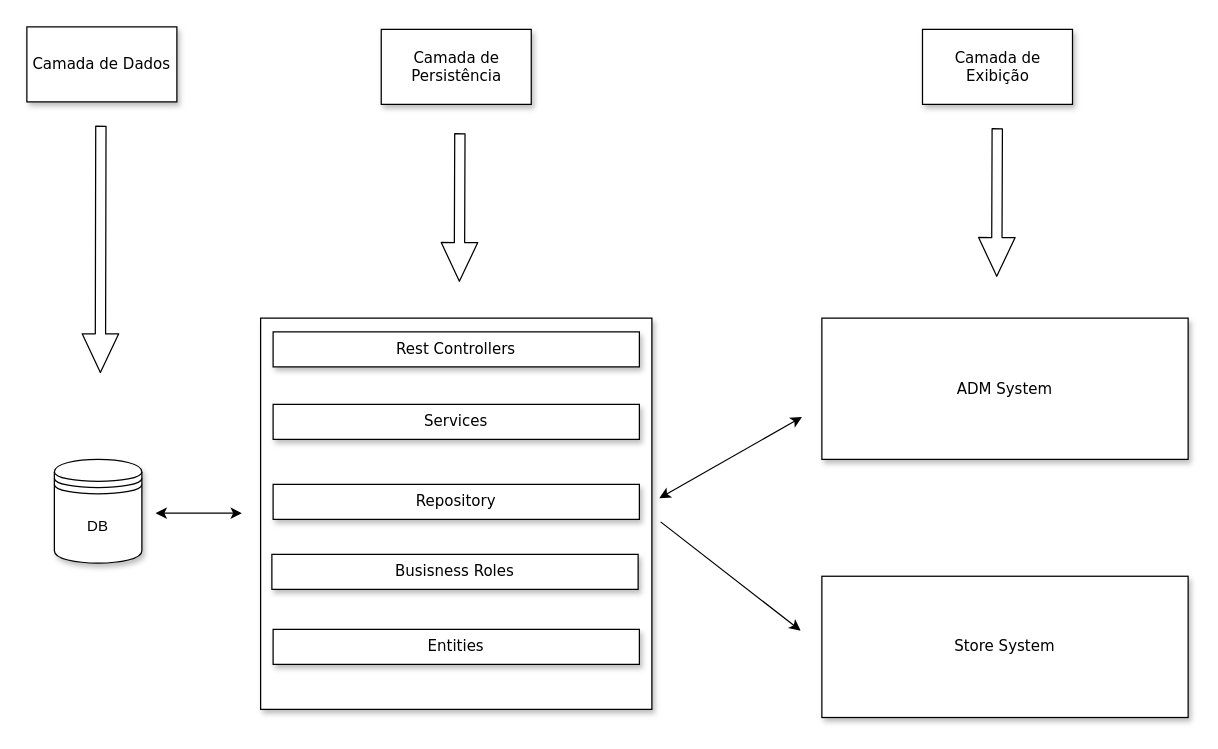
This is arquitetura e projeto/arquitetura/diagrama de camadas.drawio.xml from Leozin89python/store-engine-project, a draw.io file, before an edit. Source tidied: cells renumbered, new cells numbered last; positions are measured from the earlier drawing's top-left corner, leaving out a move shared by most shapes. Both pictures are drawn from the tidied source at 125%, with x=0, y=0 at pixel (26, 26).
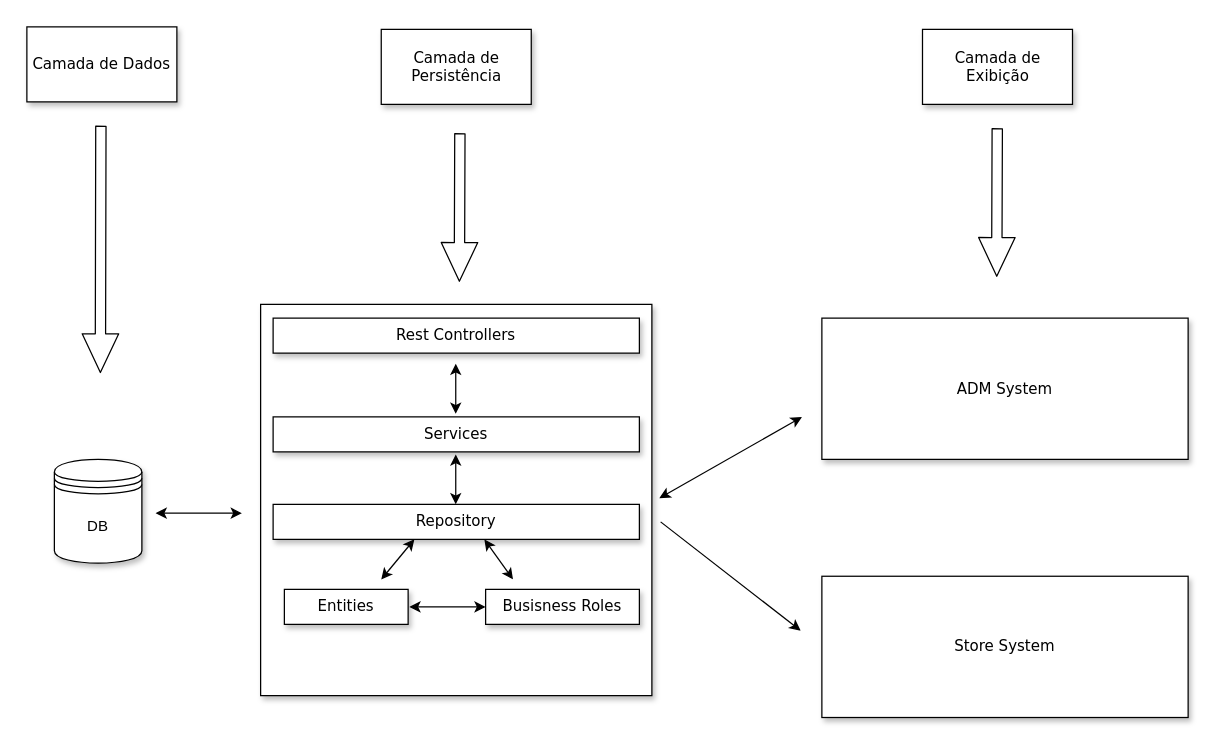
The same diagram, later.

Change to the diagram source:
```diff
@@
     <mxCell id="3" style="whiteSpace=wrap;html=1;shadow=1;fillColor=#ffffff;gradientColor=#ffffff;fontFamily=Verdana;fontStyle=2;" parent="1" vertex="1">
-      <mxGeometry x="187" y="233" width="313" height="313" as="geometry" />
+      <mxGeometry x="187" y="222" width="313" height="313" as="geometry" />
     </mxCell>
@@
     <mxCell id="5" value="Rest Controllers " style="rounded=0;whiteSpace=wrap;html=1;shadow=1;fontFamily=Verdana;fillColor=#ffffff;gradientColor=#ffffff;" parent="1" vertex="1">
-      <mxGeometry x="197" y="244" width="293" height="28" as="geometry" />
+      <mxGeometry x="197" y="233" width="293" height="28" as="geometry" />
     </mxCell>
@@
     <mxCell id="16" value="Services" style="rounded=0;whiteSpace=wrap;html=1;shadow=1;fontFamily=Verdana;fillColor=#ffffff;gradientColor=#ffffff;" parent="1" vertex="1">
-      <mxGeometry x="197" y="302" width="293" height="28" as="geometry" />
+      <mxGeometry x="197" y="312" width="293" height="28" as="geometry" />
     </mxCell>
     <mxCell id="17" value="Repository" style="rounded=0;whiteSpace=wrap;html=1;shadow=1;fontFamily=Verdana;fillColor=#ffffff;gradientColor=#ffffff;" parent="1" vertex="1">
-      <mxGeometry x="197" y="366" width="293" height="28" as="geometry" />
+      <mxGeometry x="197" y="382" width="293" height="28" as="geometry" />
     </mxCell>
     <mxCell id="18" value="Busisness Roles" style="rounded=0;whiteSpace=wrap;html=1;shadow=1;fontFamily=Verdana;fillColor=#ffffff;gradientColor=#ffffff;" parent="1" vertex="1">
-      <mxGeometry x="196" y="422" width="293" height="28" as="geometry" />
+      <mxGeometry x="367" y="450" width="123" height="28" as="geometry" />
     </mxCell>
     <mxCell id="19" value="Entities" style="rounded=0;whiteSpace=wrap;html=1;shadow=1;fontFamily=Verdana;fillColor=#ffffff;gradientColor=#ffffff;" parent="1" vertex="1">
-      <mxGeometry x="197" y="482" width="293" height="28" as="geometry" />
+      <mxGeometry x="206" y="450" width="99" height="28" as="geometry" />
     </mxCell>
+    <mxCell id="20" style="endArrow=classic;startArrow=classic;html=1;" parent="1" edge="1">
+      <mxGeometry relative="1" as="geometry">
+        <mxPoint x="343.1" y="382" as="sourcePoint" />
+        <mxPoint x="343.1" y="342" as="targetPoint" />
+      </mxGeometry>
+    </mxCell>
+    <mxCell id="21" style="endArrow=classic;startArrow=classic;html=1;" parent="1" edge="1">
+      <mxGeometry relative="1" as="geometry">
+        <mxPoint x="343.1" y="309.5" as="sourcePoint" />
+        <mxPoint x="343.1" y="269.5" as="targetPoint" />
+      </mxGeometry>
+    </mxCell>
+    <mxCell id="22" style="endArrow=classic;startArrow=classic;html=1;" parent="1" edge="1">
+      <mxGeometry relative="1" as="geometry">
+        <mxPoint x="388.9" y="442" as="sourcePoint" />
+        <mxPoint x="366" y="410" as="targetPoint" />
+      </mxGeometry>
+    </mxCell>
+    <mxCell id="23" style="endArrow=classic;startArrow=classic;html=1;exitX=0.572;exitY=0.703;exitDx=0;exitDy=0;exitPerimeter=0;" parent="1" edge="1">
+      <mxGeometry relative="1" as="geometry">
+        <mxPoint x="310" y="410" as="sourcePoint" />
+        <mxPoint x="283.5" y="442" as="targetPoint" />
+      </mxGeometry>
+    </mxCell>
+    <mxCell id="24" style="endArrow=classic;startArrow=classic;html=1;fontFamily=Verdana;entryX=0;entryY=0.5;entryDx=0;entryDy=0;" parent="1" edge="1" target="18">
+      <mxGeometry relative="1" as="geometry">
+        <mxPoint x="306" y="464" as="sourcePoint" />
+        <Array as="points">
+          <mxPoint x="336" y="464" />
+        </Array>
+      </mxGeometry>
+    </mxCell>
```
